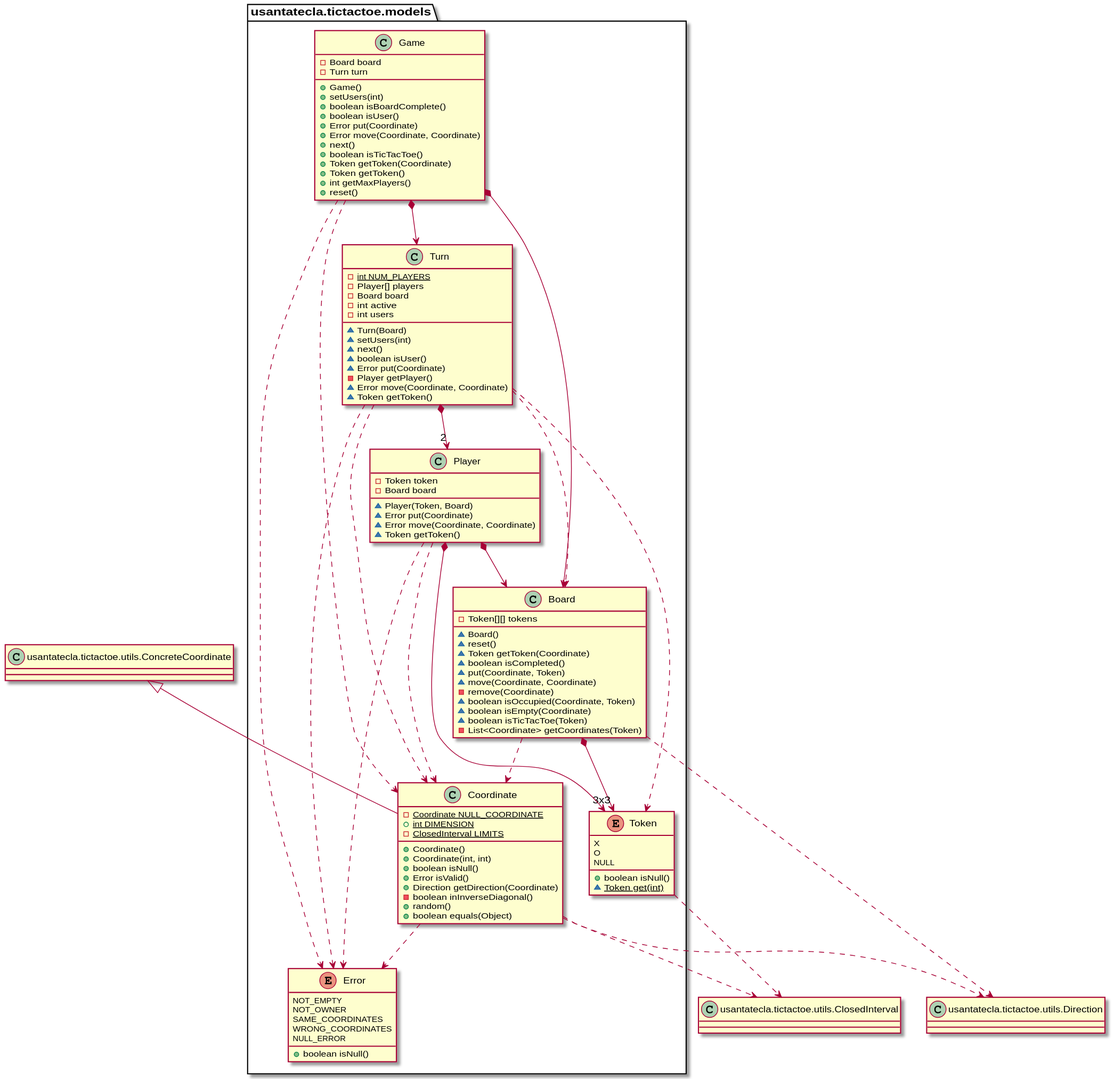
The PlantUML diagram documentView/withoutFactoryMethod/docs/diagrams/out/paquetes/tictactoe.models.svg in Jolucaa/USantaTecla-project-ticTacToe, before a commit.
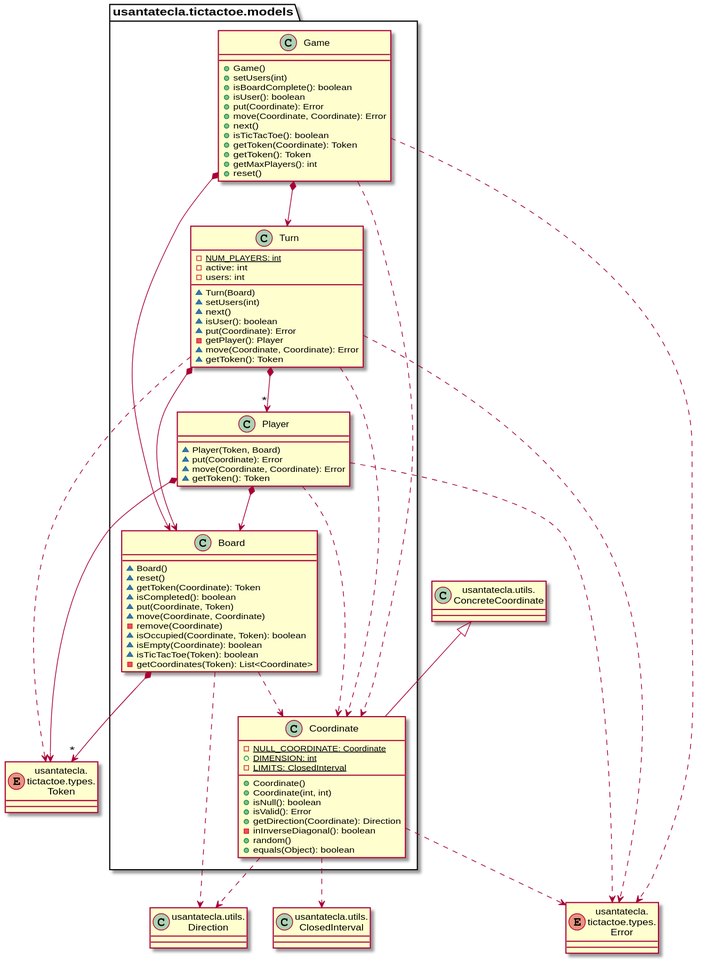
The same diagram one commit later.

Diff of the diagram source:
```diff
@@ -1,117 +1,92 @@
 @startuml
+enum Error as "usantatecla.\ntictactoe.types.\nError"
+enum Token as "usantatecla.\ntictactoe.types.\nToken"
+class Direction as "usantatecla.utils.\nDirection"
+class ConcreteCoordinate as "usantatecla.utils.\nConcreteCoordinate"
+class ClosedInterval as "usantatecla.utils.\nClosedInterval"
+
 class  usantatecla.tictactoe.models.Board{
-- Token[][] tokens
-~ Board()
-~ reset()
-~ Token getToken(Coordinate)
-~ boolean isCompleted()
-~ put(Coordinate, Token)
-~ move(Coordinate, Coordinate)
-- remove(Coordinate)
-~ boolean isOccupied(Coordinate, Token)
-~ boolean isEmpty(Coordinate)
-~ boolean isTicTacToe(Token)
-- List<Coordinate> getCoordinates(Token)
+  ~ Board()
+  ~ reset()
+  ~ getToken(Coordinate): Token
+  ~ isCompleted(): boolean
+  ~ put(Coordinate, Token)
+  ~ move(Coordinate, Coordinate)
+  - remove(Coordinate)
+  ~ isOccupied(Coordinate, Token): boolean
+  ~ isEmpty(Coordinate): boolean
+  ~ isTicTacToe(Token): boolean
+  - getCoordinates(Token): List<Coordinate>
 }
-
-class ClosedInterval as "usantatecla.tictactoe.utils.ClosedInterval"
-class ConcreteCoordinate as "usantatecla.tictactoe.utils.ConcreteCoordinate"
-class Direction as "usantatecla.tictactoe.utils.Direction"
-
-usantatecla.tictactoe.models.Board ..> usantatecla.tictactoe.models.Coordinate
-usantatecla.tictactoe.models.Board *-down-> "3x3" usantatecla.tictactoe.types.Token
-usantatecla.tictactoe.models.Board ..> Direction
+usantatecla.tictactoe.models.Board *-down-> "*" Token
+usantatecla.tictactoe.models.Board .down.> usantatecla.tictactoe.models.Coordinate
+usantatecla.tictactoe.models.Board .down.> Direction
 
 class  usantatecla.tictactoe.models.Coordinate{
-- {static} Coordinate NULL_COORDINATE
-+ {static} int DIMENSION
-- {static} ClosedInterval LIMITS
-+ Coordinate()
-+ Coordinate(int, int)
-+ boolean isNull()
-+ Error isValid()
-+ Direction getDirection(Coordinate)
-- boolean inInverseDiagonal()
-+ random()
-+ boolean equals(Object)
+  - {static} NULL_COORDINATE: Coordinate
+  + {static} DIMENSION: int
+  - {static} LIMITS: ClosedInterval
+  + Coordinate()
+  + Coordinate(int, int)
+  + isNull(): boolean
+  + isValid(): Error
+  + getDirection(Coordinate): Direction
+  - inInverseDiagonal(): boolean
+  + random()
+  + equals(Object): boolean
 }
 ConcreteCoordinate <|-down- usantatecla.tictactoe.models.Coordinate
-usantatecla.tictactoe.models.Coordinate ..> usantatecla.tictactoe.types.Error
-usantatecla.tictactoe.models.Coordinate ..> Direction
-usantatecla.tictactoe.models.Coordinate ..> ClosedInterval
-
-enum  usantatecla.tictactoe.types.Error{
-NOT_EMPTY
-NOT_OWNER
-SAME_COORDINATES
-WRONG_COORDINATES
-NULL_ERROR
-+ boolean isNull()
-}
+usantatecla.tictactoe.models.Coordinate .down.> Error
+usantatecla.tictactoe.models.Coordinate .down.> Direction
+usantatecla.tictactoe.models.Coordinate .down.> ClosedInterval
 
 class  usantatecla.tictactoe.models.Game{
-- Board board
-- Turn turn
-+ Game()
-+ setUsers(int)
-+ boolean isBoardComplete()
-+ boolean isUser()
-+ Error put(Coordinate)
-+ Error move(Coordinate, Coordinate)
-+ next()
-+ boolean isTicTacToe()
-+ Token getToken(Coordinate)
-+ Token getToken()
-+ int getMaxPlayers()
-+ reset()
+  + Game()
+  + setUsers(int)
+  + isBoardComplete(): boolean
+  + isUser(): boolean
+  + put(Coordinate): Error
+  + move(Coordinate, Coordinate): Error
+  + next()
+  + isTicTacToe(): boolean
+  + getToken(Coordinate): Token
+  + getToken(): Token
+  + getMaxPlayers(): int
+  + reset()
 }
 usantatecla.tictactoe.models.Game *-down-> usantatecla.tictactoe.models.Board
 usantatecla.tictactoe.models.Game *-down-> usantatecla.tictactoe.models.Turn
-usantatecla.tictactoe.models.Game ..> usantatecla.tictactoe.models.Coordinate
-usantatecla.tictactoe.models.Game ..> usantatecla.tictactoe.types.Error
+usantatecla.tictactoe.models.Game .down.> usantatecla.tictactoe.models.Coordinate
+usantatecla.tictactoe.models.Game .down.> Error
 
 class  usantatecla.tictactoe.models.Player{
-- Token token
-- Board board
-~ Player(Token, Board)
-~ Error put(Coordinate)
-~ Error move(Coordinate, Coordinate)
-~ Token getToken()
+  ~ Player(Token, Board)
+  ~ put(Coordinate): Error
+  ~ move(Coordinate, Coordinate): Error
+  ~ getToken(): Token
 }
-usantatecla.tictactoe.models.Player *-down-> usantatecla.tictactoe.types.Token
 usantatecla.tictactoe.models.Player *-down-> usantatecla.tictactoe.models.Board
-usantatecla.tictactoe.models.Player ..> usantatecla.tictactoe.models.Coordinate
-usantatecla.tictactoe.models.Player ..> usantatecla.tictactoe.types.Error
+usantatecla.tictactoe.models.Player *-down-> Token
+usantatecla.tictactoe.models.Player .down.> usantatecla.tictactoe.models.Coordinate
+usantatecla.tictactoe.models.Player .down.> Error
 
-enum  usantatecla.tictactoe.types.Token{
-X
-O
-NULL
-+ boolean isNull()
-~ {static} Token get(int)
+class  usantatecla.tictactoe.models.Turn{
+  - {static} NUM_PLAYERS: int
+  - active: int
+  - users: int
+  ~ Turn(Board)
+  ~ setUsers(int)
+  ~ next()
+  ~ isUser(): boolean
+  ~ put(Coordinate): Error
+  - getPlayer(): Player
+  ~ move(Coordinate, Coordinate): Error
+  ~ getToken(): Token
 }
 
-usantatecla.tictactoe.types.Token ..> ClosedInterval
-
-class  usantatecla.tictactoe.models.Turn{
-- {static} int NUM_PLAYERS
-- Player[] players
-- Board board
-- int active
-- int users
-~ Turn(Board)
-~ setUsers(int)
-~ next()
-~ boolean isUser()
-~ Error put(Coordinate)
-- Player getPlayer()
-~ Error move(Coordinate, Coordinate)
-~ Token getToken()
-}
-
-usantatecla.tictactoe.models.Turn *-down-> "2" usantatecla.tictactoe.models.Player
-usantatecla.tictactoe.models.Turn ..down-> usantatecla.tictactoe.models.Board
-usantatecla.tictactoe.models.Turn ..down-> usantatecla.tictactoe.types.Token
-usantatecla.tictactoe.models.Turn ..down-> usantatecla.tictactoe.models.Coordinate
-usantatecla.tictactoe.models.Turn ..down-> usantatecla.tictactoe.types.Error
+usantatecla.tictactoe.models.Turn *-down-> "*" usantatecla.tictactoe.models.Player
+usantatecla.tictactoe.models.Turn *-down-> usantatecla.tictactoe.models.Board
+usantatecla.tictactoe.models.Turn .down.> usantatecla.tictactoe.models.Coordinate
+usantatecla.tictactoe.models.Turn .down.> Token
+usantatecla.tictactoe.models.Turn .down.> Error
 @enduml
```
